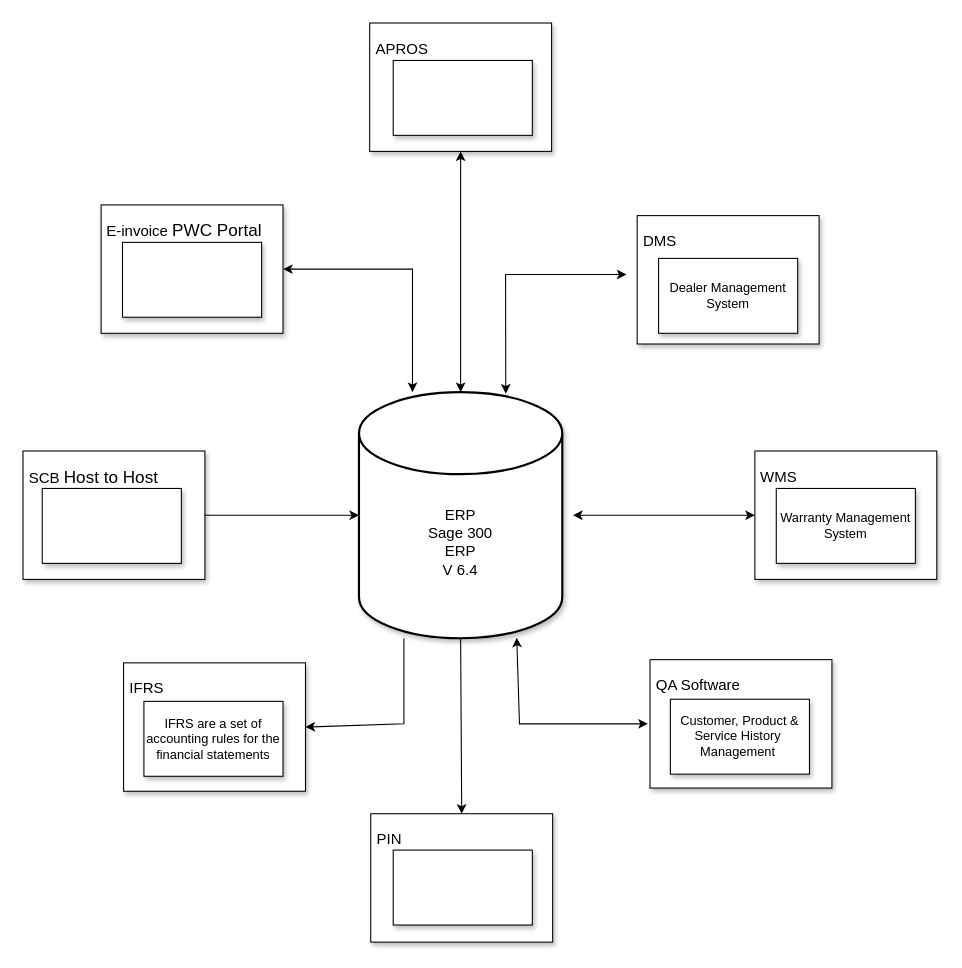
Before: Accpac Flow.drawio in Gowthamguru/demo, a draw.io diagram. Source tidied: cells renumbered, new cells numbered last; positions are measured from the earlier drawing's top-left corner, leaving out a move shared by most shapes. Both pictures are drawn from the tidied source at 107%, with x=0, y=0 at pixel (22, 22).
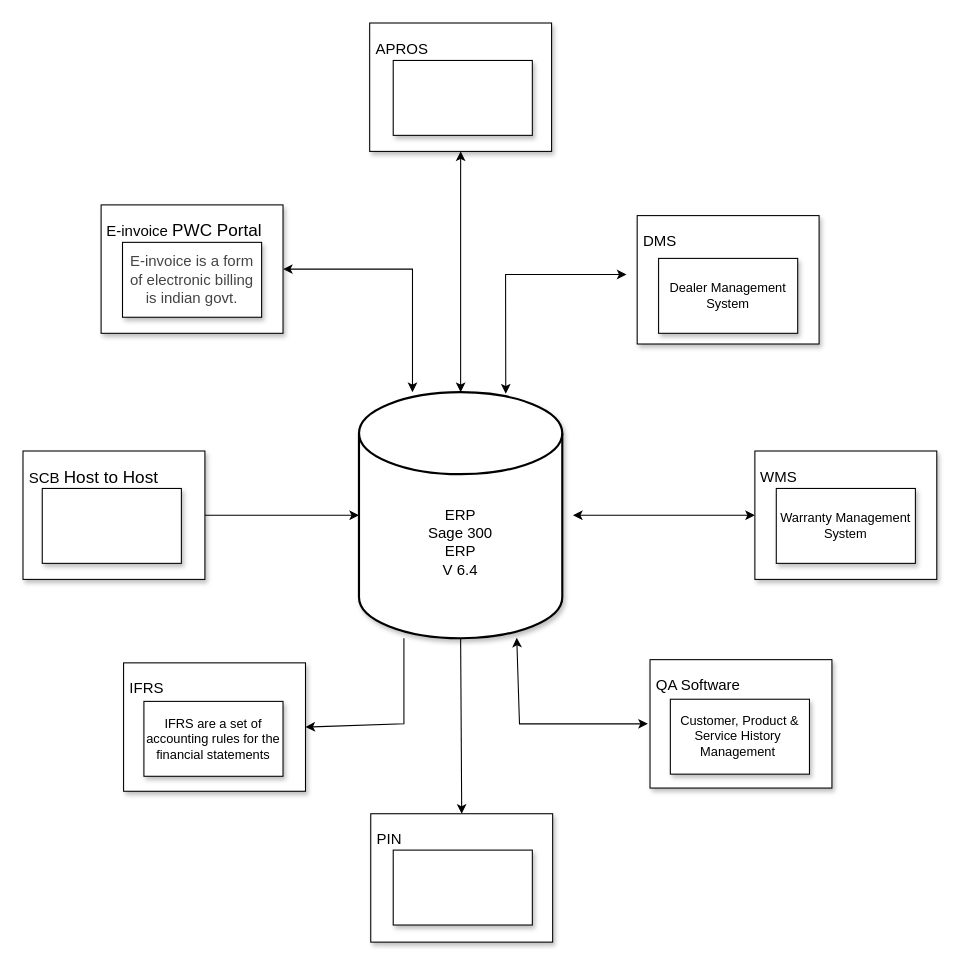
The same diagram, later.

Diff of the diagram source:
```diff
@@
-    <mxCell id="8" style="rounded=0;whiteSpace=wrap;html=1;shadow=1;strokeColor=#000000;" parent="1" vertex="1">
+    <mxCell id="8" value="&lt;span style=&quot;color: rgb(68, 68, 68); text-align: left; background-color: rgb(255, 255, 255);&quot;&gt;&lt;font style=&quot;font-size: 14px;&quot;&gt;E-invoice is a form of electronic billing is indian govt.&lt;/font&gt;&lt;/span&gt;" style="rounded=0;whiteSpace=wrap;html=1;shadow=1;strokeColor=#000000;" parent="1" vertex="1">
       <mxGeometry x="93" y="205" width="130" height="70" as="geometry" />
     </mxCell>
```
